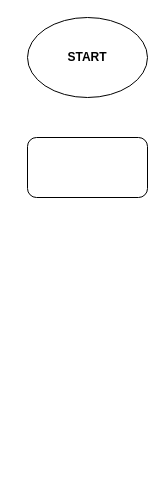
Above: Flowchart.drawio in BrokenBrainz/DestaPratama-BE5370877 (draw.io), before the change. Source tidied: cells renumbered, new cells numbered last; positions are measured from the earlier drawing's top-left corner, leaving out a move shared by most shapes. Both pictures are drawn from the tidied source at 100%, with x=0, y=0 at pixel (27, 17).
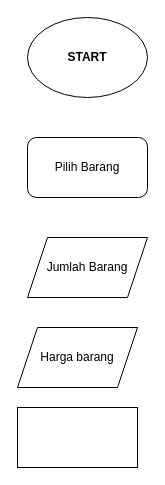
After the change.

Commit message:
Penghitungan Jumlah barang

The edit, as a diff of the source:
```diff
@@
 <mxGraphModel>
   <root>
     <mxCell id="0" />
     <mxCell id="1" parent="0" />
     <mxCell id="2" value="&lt;b&gt;START&lt;/b&gt;" style="ellipse;whiteSpace=wrap;html=1;" parent="1" vertex="1">
       <mxGeometry width="120" height="80" as="geometry" />
     </mxCell>
-    <mxCell id="3" style="rounded=1;whiteSpace=wrap;html=1;" parent="1" vertex="1">
+    <mxCell id="3" value="Pilih Barang" style="rounded=1;whiteSpace=wrap;html=1;" parent="1" vertex="1">
       <mxGeometry y="120" width="120" height="60" as="geometry" />
     </mxCell>
+    <mxCell id="4" value="Jumlah Barang" style="shape=parallelogram;perimeter=parallelogramPerimeter;whiteSpace=wrap;html=1;fixedSize=1;" parent="1" vertex="1">
+      <mxGeometry y="220" width="120" height="60" as="geometry" />
+    </mxCell>
+    <mxCell id="5" value="Harga barang" style="shape=parallelogram;perimeter=parallelogramPerimeter;whiteSpace=wrap;html=1;fixedSize=1;" parent="1" vertex="1">
+      <mxGeometry x="-10" y="310" width="120" height="60" as="geometry" />
+    </mxCell>
+    <mxCell id="6" style="rounded=0;whiteSpace=wrap;html=1;" parent="1" vertex="1">
+      <mxGeometry x="-10" y="390" width="120" height="60" as="geometry" />
+    </mxCell>
   </root>
 </mxGraphModel>
```
